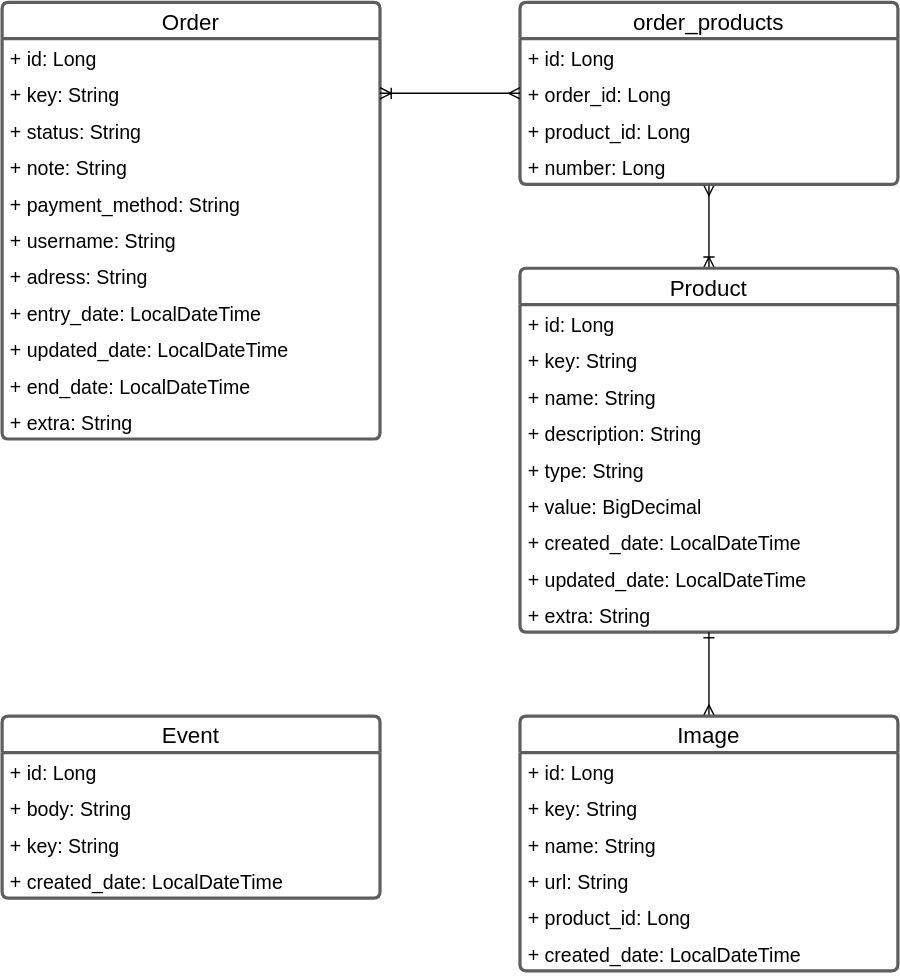
Above: .github/schema.svg in thalesmacena/delivery-service (draw.io), before the change. Source tidied: cells renumbered, new cells last; positions are measured from the earlier drawing's top-left corner, leaving out a move shared by most shapes. Source of this version:
```xml
<mxGraphModel>
  <root>
    <mxCell id="0" />
    <mxCell id="1" parent="0" />
    <mxCell id="2" value="Order" style="swimlane;fontStyle=0;horizontal=1;startSize=26;fillColor=default;swimlaneFillColor=#FFFFFF;strokeWidth=2.3;strokeColor=#5e5e5e;rounded=1;arcSize=6;fontSize=16;" parent="1" vertex="1">
      <mxGeometry width="270" height="312" as="geometry" />
    </mxCell>
    <mxCell id="3" value="+ id: Long" style="text;strokeColor=none;fillColor=none;align=left;verticalAlign=top;spacingLeft=4;spacingRight=4;overflow=hidden;fontSize=14;" parent="2" vertex="1">
      <mxGeometry y="26" width="270" height="26" as="geometry" />
    </mxCell>
    <mxCell id="4" value="+ key: String" style="text;strokeColor=none;fillColor=none;align=left;verticalAlign=top;spacingLeft=4;spacingRight=4;overflow=hidden;points=[[0,0.5],[1,0.5]];portConstraint=eastwest;rounded=0;fontSize=14;" parent="2" vertex="1">
      <mxGeometry y="52" width="270" height="26" as="geometry" />
    </mxCell>
    <mxCell id="5" value="+ status: String" style="text;strokeColor=none;fillColor=none;align=left;verticalAlign=top;spacingLeft=4;spacingRight=4;overflow=hidden;fontSize=14;" parent="2" vertex="1">
      <mxGeometry y="78" width="270" height="26" as="geometry" />
    </mxCell>
    <mxCell id="6" value="+ note: String" style="text;strokeColor=none;fillColor=none;align=left;verticalAlign=top;spacingLeft=4;spacingRight=4;overflow=hidden;fontSize=14;" parent="2" vertex="1">
      <mxGeometry y="104" width="270" height="26" as="geometry" />
    </mxCell>
    <mxCell id="7" value="+ payment_method: String" style="text;strokeColor=none;fillColor=none;align=left;verticalAlign=top;spacingLeft=4;spacingRight=4;overflow=hidden;fontSize=14;" parent="2" vertex="1">
      <mxGeometry y="130" width="270" height="26" as="geometry" />
    </mxCell>
    <mxCell id="8" value="+ username: String" style="text;strokeColor=none;fillColor=none;align=left;verticalAlign=top;spacingLeft=4;spacingRight=4;overflow=hidden;fontSize=14;" parent="2" vertex="1">
      <mxGeometry y="156" width="270" height="26" as="geometry" />
    </mxCell>
    <mxCell id="9" value="+ adress: String" style="text;strokeColor=none;fillColor=none;align=left;verticalAlign=top;spacingLeft=4;spacingRight=4;overflow=hidden;fontSize=14;" parent="2" vertex="1">
      <mxGeometry y="182" width="270" height="26" as="geometry" />
    </mxCell>
    <mxCell id="10" value="+ entry_date: LocalDateTime" style="text;strokeColor=none;fillColor=none;align=left;verticalAlign=top;spacingLeft=4;spacingRight=4;overflow=hidden;fontSize=14;" parent="2" vertex="1">
      <mxGeometry y="208" width="270" height="26" as="geometry" />
    </mxCell>
    <mxCell id="11" value="+ updated_date: LocalDateTime" style="text;strokeColor=none;fillColor=none;align=left;verticalAlign=top;spacingLeft=4;spacingRight=4;overflow=hidden;fontSize=14;" parent="2" vertex="1">
      <mxGeometry y="234" width="270" height="26" as="geometry" />
    </mxCell>
    <mxCell id="12" value="+ end_date: LocalDateTime" style="text;strokeColor=none;fillColor=none;align=left;verticalAlign=top;spacingLeft=4;spacingRight=4;overflow=hidden;fontSize=14;" parent="2" vertex="1">
      <mxGeometry y="260" width="270" height="26" as="geometry" />
    </mxCell>
    <mxCell id="13" value="+ extra: String" style="text;strokeColor=none;fillColor=none;align=left;verticalAlign=top;spacingLeft=4;spacingRight=4;overflow=hidden;fontSize=14;" parent="2" vertex="1">
      <mxGeometry y="286" width="270" height="26" as="geometry" />
    </mxCell>
    <mxCell id="14" style="edgeStyle=orthogonalEdgeStyle;rounded=0;jettySize=auto;html=1;entryX=0.5;entryY=0;entryDx=0;entryDy=0;fontSize=14;startArrow=ERmany;startFill=0;endArrow=ERoneToMany;endFill=0;" parent="1" edge="1" source="15" target="21">
      <mxGeometry relative="1" as="geometry" />
    </mxCell>
    <mxCell id="15" value="order_products" style="swimlane;fontStyle=0;horizontal=1;startSize=26;fillColor=default;swimlaneFillColor=#FFFFFF;strokeWidth=2.3;strokeColor=#5e5e5e;rounded=1;arcSize=6;fontSize=16;" parent="1" vertex="1">
      <mxGeometry x="370" width="270" height="130" as="geometry" />
    </mxCell>
    <mxCell id="16" value="+ id: Long" style="text;strokeColor=none;fillColor=none;align=left;verticalAlign=top;spacingLeft=4;spacingRight=4;overflow=hidden;fontSize=14;" parent="15" vertex="1">
      <mxGeometry y="26" width="270" height="26" as="geometry" />
    </mxCell>
    <mxCell id="17" value="+ order_id: Long" style="text;strokeColor=none;fillColor=none;align=left;verticalAlign=top;spacingLeft=4;spacingRight=4;overflow=hidden;points=[[0,0.5],[1,0.5]];portConstraint=eastwest;fontSize=14;" parent="15" vertex="1">
      <mxGeometry y="52" width="270" height="26" as="geometry" />
    </mxCell>
    <mxCell id="18" value="+ product_id: Long" style="text;strokeColor=none;fillColor=none;align=left;verticalAlign=top;spacingLeft=4;spacingRight=4;overflow=hidden;rounded=0;fontSize=14;" parent="15" vertex="1">
      <mxGeometry y="78" width="270" height="26" as="geometry" />
    </mxCell>
    <mxCell id="19" value="+ number: Long" style="text;strokeColor=none;fillColor=none;align=left;verticalAlign=top;spacingLeft=4;spacingRight=4;overflow=hidden;fontSize=14;" parent="15" vertex="1">
      <mxGeometry y="104" width="270" height="26" as="geometry" />
    </mxCell>
    <mxCell id="20" style="edgeStyle=orthogonalEdgeStyle;rounded=0;jettySize=auto;html=1;exitX=1;exitY=0.5;exitDx=0;exitDy=0;entryX=0;entryY=0.5;entryDx=0;entryDy=0;fontSize=14;startArrow=ERoneToMany;startFill=0;endArrow=ERmany;endFill=0;" parent="1" edge="1" source="4" target="17">
      <mxGeometry relative="1" as="geometry" />
    </mxCell>
    <mxCell id="21" value="Product" style="swimlane;fontStyle=0;horizontal=1;startSize=26;fillColor=default;swimlaneFillColor=#FFFFFF;strokeWidth=2.3;strokeColor=#5e5e5e;rounded=1;arcSize=6;fontSize=16;" parent="1" vertex="1">
      <mxGeometry x="370" y="190" width="270" height="260" as="geometry" />
    </mxCell>
    <mxCell id="22" value="+ id: Long" style="text;strokeColor=none;fillColor=none;align=left;verticalAlign=top;spacingLeft=4;spacingRight=4;overflow=hidden;fontSize=14;" parent="21" vertex="1">
      <mxGeometry y="26" width="270" height="26" as="geometry" />
    </mxCell>
    <mxCell id="23" value="+ key: String" style="text;strokeColor=none;fillColor=none;align=left;verticalAlign=top;spacingLeft=4;spacingRight=4;overflow=hidden;fontSize=14;" parent="21" vertex="1">
      <mxGeometry y="52" width="270" height="26" as="geometry" />
    </mxCell>
    <mxCell id="24" value="+ name: String" style="text;strokeColor=none;fillColor=none;align=left;verticalAlign=top;spacingLeft=4;spacingRight=4;overflow=hidden;fontSize=14;" parent="21" vertex="1">
      <mxGeometry y="78" width="270" height="26" as="geometry" />
    </mxCell>
    <mxCell id="25" value="+ description: String" style="text;strokeColor=none;fillColor=none;align=left;verticalAlign=top;spacingLeft=4;spacingRight=4;overflow=hidden;rounded=0;fontSize=14;" parent="21" vertex="1">
      <mxGeometry y="104" width="270" height="26" as="geometry" />
    </mxCell>
    <mxCell id="26" value="+ type: String" style="text;strokeColor=none;fillColor=none;align=left;verticalAlign=top;spacingLeft=4;spacingRight=4;overflow=hidden;fontSize=14;" parent="21" vertex="1">
      <mxGeometry y="130" width="270" height="26" as="geometry" />
    </mxCell>
    <mxCell id="27" value="+ value: BigDecimal" style="text;strokeColor=none;fillColor=none;align=left;verticalAlign=top;spacingLeft=4;spacingRight=4;overflow=hidden;rounded=0;fontSize=14;" parent="21" vertex="1">
      <mxGeometry y="156" width="270" height="26" as="geometry" />
    </mxCell>
    <mxCell id="28" value="+ created_date: LocalDateTime" style="text;strokeColor=none;fillColor=none;align=left;verticalAlign=top;spacingLeft=4;spacingRight=4;overflow=hidden;fontSize=14;" parent="21" vertex="1">
      <mxGeometry y="182" width="270" height="26" as="geometry" />
    </mxCell>
    <mxCell id="29" value="+ updated_date: LocalDateTime" style="text;strokeColor=none;fillColor=none;align=left;verticalAlign=top;spacingLeft=4;spacingRight=4;overflow=hidden;fontSize=14;" parent="21" vertex="1">
      <mxGeometry y="208" width="270" height="26" as="geometry" />
    </mxCell>
    <mxCell id="30" value="+ extra: String" style="text;strokeColor=none;fillColor=none;align=left;verticalAlign=top;spacingLeft=4;spacingRight=4;overflow=hidden;fontSize=14;" parent="21" vertex="1">
      <mxGeometry y="234" width="270" height="26" as="geometry" />
    </mxCell>
    <mxCell id="31" style="edgeStyle=orthogonalEdgeStyle;rounded=0;jettySize=auto;html=1;entryX=0.5;entryY=0;entryDx=0;entryDy=0;fontSize=14;startArrow=ERone;startFill=0;endArrow=ERmany;endFill=0;" parent="1" edge="1" source="21" target="32">
      <mxGeometry relative="1" as="geometry" />
    </mxCell>
    <mxCell id="32" value="Image" style="swimlane;fontStyle=0;horizontal=1;startSize=26;fillColor=default;swimlaneFillColor=#FFFFFF;strokeWidth=2.3;strokeColor=#5e5e5e;rounded=1;arcSize=6;fontSize=16;" parent="1" vertex="1">
      <mxGeometry x="370" y="510" width="270" height="182" as="geometry" />
    </mxCell>
    <mxCell id="33" value="+ id: Long" style="text;strokeColor=none;fillColor=none;align=left;verticalAlign=top;spacingLeft=4;spacingRight=4;overflow=hidden;fontSize=14;" parent="32" vertex="1">
      <mxGeometry y="26" width="270" height="26" as="geometry" />
    </mxCell>
    <mxCell id="34" value="+ key: String" style="text;strokeColor=none;fillColor=none;align=left;verticalAlign=top;spacingLeft=4;spacingRight=4;overflow=hidden;fontSize=14;" parent="32" vertex="1">
      <mxGeometry y="52" width="270" height="26" as="geometry" />
    </mxCell>
    <mxCell id="35" value="+ name: String" style="text;strokeColor=none;fillColor=none;align=left;verticalAlign=top;spacingLeft=4;spacingRight=4;overflow=hidden;rounded=0;fontSize=14;" parent="32" vertex="1">
      <mxGeometry y="78" width="270" height="26" as="geometry" />
    </mxCell>
    <mxCell id="36" value="+ url: String" style="text;strokeColor=none;fillColor=none;align=left;verticalAlign=top;spacingLeft=4;spacingRight=4;overflow=hidden;fontSize=14;" parent="32" vertex="1">
      <mxGeometry y="104" width="270" height="26" as="geometry" />
    </mxCell>
    <mxCell id="37" value="+ product_id: Long" style="text;strokeColor=none;fillColor=none;align=left;verticalAlign=top;spacingLeft=4;spacingRight=4;overflow=hidden;fontSize=14;" parent="32" vertex="1">
      <mxGeometry y="130" width="270" height="26" as="geometry" />
    </mxCell>
    <mxCell id="38" value="+ created_date: LocalDateTime" style="text;strokeColor=none;fillColor=none;align=left;verticalAlign=top;spacingLeft=4;spacingRight=4;overflow=hidden;fontSize=14;" parent="32" vertex="1">
      <mxGeometry y="156" width="270" height="26" as="geometry" />
    </mxCell>
    <mxCell id="39" value="Event" style="swimlane;fontStyle=0;horizontal=1;startSize=26;fillColor=default;swimlaneFillColor=#FFFFFF;strokeWidth=2.3;strokeColor=#5e5e5e;rounded=1;arcSize=6;fontSize=16;" parent="1" vertex="1">
      <mxGeometry y="510" width="270" height="130" as="geometry" />
    </mxCell>
    <mxCell id="40" value="+ id: Long" style="text;strokeColor=none;fillColor=none;align=left;verticalAlign=top;spacingLeft=4;spacingRight=4;overflow=hidden;fontSize=14;" parent="39" vertex="1">
      <mxGeometry y="26" width="270" height="26" as="geometry" />
    </mxCell>
    <mxCell id="41" value="+ body: String" style="text;strokeColor=none;fillColor=none;align=left;verticalAlign=top;spacingLeft=4;spacingRight=4;overflow=hidden;fontSize=14;" parent="39" vertex="1">
      <mxGeometry y="52" width="270" height="26" as="geometry" />
    </mxCell>
    <mxCell id="42" value="+ key: String" style="text;strokeColor=none;fillColor=none;align=left;verticalAlign=top;spacingLeft=4;spacingRight=4;overflow=hidden;rounded=0;fontSize=14;" parent="39" vertex="1">
      <mxGeometry y="78" width="270" height="26" as="geometry" />
    </mxCell>
    <mxCell id="43" value="+ created_date: LocalDateTime" style="text;strokeColor=none;fillColor=none;align=left;verticalAlign=top;spacingLeft=4;spacingRight=4;overflow=hidden;fontSize=14;" parent="39" vertex="1">
      <mxGeometry y="104" width="270" height="26" as="geometry" />
    </mxCell>
  </root>
</mxGraphModel>
```
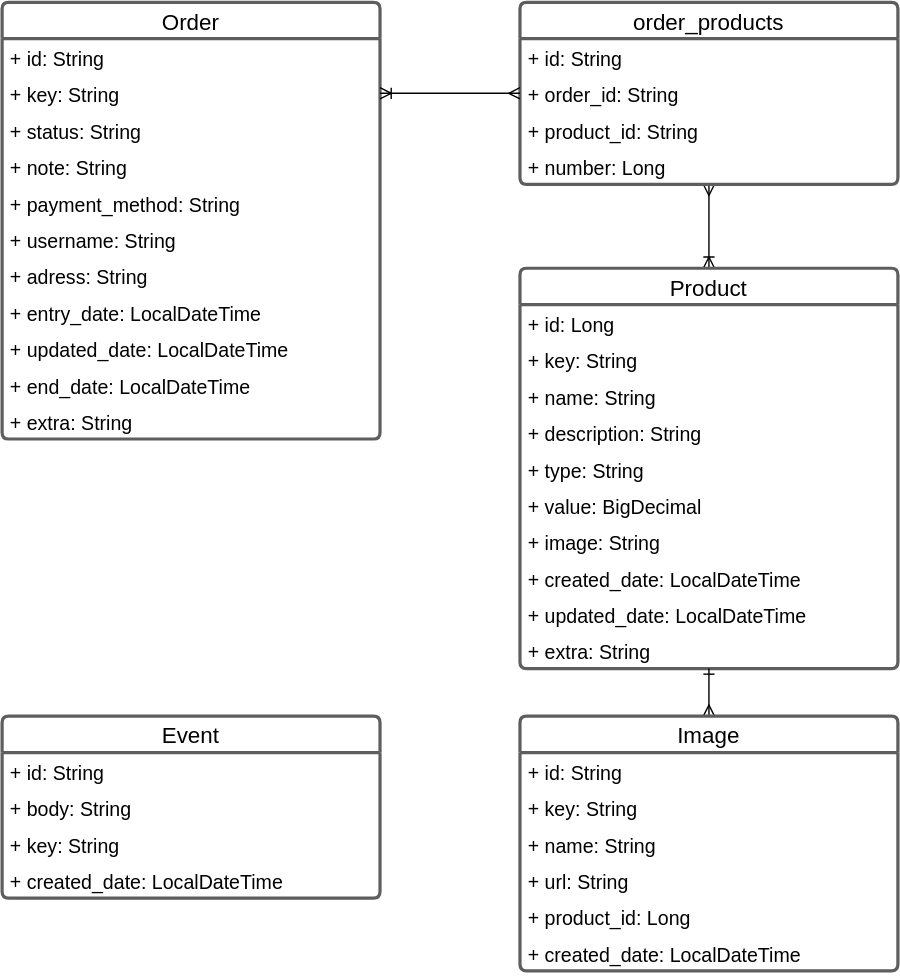
The same file after the commit.

What changed in the source:
```diff
@@ -5,7 +5,7 @@
     <mxCell id="2" value="Order" style="swimlane;fontStyle=0;horizontal=1;startSize=26;fillColor=default;swimlaneFillColor=#FFFFFF;strokeWidth=2.3;strokeColor=#5e5e5e;rounded=1;arcSize=6;fontSize=16;" parent="1" vertex="1">
       <mxGeometry width="270" height="312" as="geometry" />
     </mxCell>
-    <mxCell id="3" value="+ id: Long" style="text;strokeColor=none;fillColor=none;align=left;verticalAlign=top;spacingLeft=4;spacingRight=4;overflow=hidden;fontSize=14;" parent="2" vertex="1">
+    <mxCell id="3" value="+ id: String" style="text;strokeColor=none;fillColor=none;align=left;verticalAlign=top;spacingLeft=4;spacingRight=4;overflow=hidden;fontSize=14;" parent="2" vertex="1">
       <mxGeometry y="26" width="270" height="26" as="geometry" />
     </mxCell>
     <mxCell id="4" value="+ key: String" style="text;strokeColor=none;fillColor=none;align=left;verticalAlign=top;spacingLeft=4;spacingRight=4;overflow=hidden;points=[[0,0.5],[1,0.5]];portConstraint=eastwest;rounded=0;fontSize=14;" parent="2" vertex="1">
@@ -44,13 +44,13 @@
     <mxCell id="15" value="order_products" style="swimlane;fontStyle=0;horizontal=1;startSize=26;fillColor=default;swimlaneFillColor=#FFFFFF;strokeWidth=2.3;strokeColor=#5e5e5e;rounded=1;arcSize=6;fontSize=16;" parent="1" vertex="1">
       <mxGeometry x="370" width="270" height="130" as="geometry" />
     </mxCell>
-    <mxCell id="16" value="+ id: Long" style="text;strokeColor=none;fillColor=none;align=left;verticalAlign=top;spacingLeft=4;spacingRight=4;overflow=hidden;fontSize=14;" parent="15" vertex="1">
+    <mxCell id="16" value="+ id: String" style="text;strokeColor=none;fillColor=none;align=left;verticalAlign=top;spacingLeft=4;spacingRight=4;overflow=hidden;fontSize=14;" parent="15" vertex="1">
       <mxGeometry y="26" width="270" height="26" as="geometry" />
     </mxCell>
-    <mxCell id="17" value="+ order_id: Long" style="text;strokeColor=none;fillColor=none;align=left;verticalAlign=top;spacingLeft=4;spacingRight=4;overflow=hidden;points=[[0,0.5],[1,0.5]];portConstraint=eastwest;fontSize=14;" parent="15" vertex="1">
+    <mxCell id="17" value="+ order_id: String" style="text;strokeColor=none;fillColor=none;align=left;verticalAlign=top;spacingLeft=4;spacingRight=4;overflow=hidden;points=[[0,0.5],[1,0.5]];portConstraint=eastwest;fontSize=14;" parent="15" vertex="1">
       <mxGeometry y="52" width="270" height="26" as="geometry" />
     </mxCell>
-    <mxCell id="18" value="+ product_id: Long" style="text;strokeColor=none;fillColor=none;align=left;verticalAlign=top;spacingLeft=4;spacingRight=4;overflow=hidden;rounded=0;fontSize=14;" parent="15" vertex="1">
+    <mxCell id="18" value="+ product_id: String" style="text;strokeColor=none;fillColor=none;align=left;verticalAlign=top;spacingLeft=4;spacingRight=4;overflow=hidden;rounded=0;fontSize=14;" parent="15" vertex="1">
       <mxGeometry y="78" width="270" height="26" as="geometry" />
     </mxCell>
     <mxCell id="19" value="+ number: Long" style="text;strokeColor=none;fillColor=none;align=left;verticalAlign=top;spacingLeft=4;spacingRight=4;overflow=hidden;fontSize=14;" parent="15" vertex="1">
@@ -60,7 +60,7 @@
       <mxGeometry relative="1" as="geometry" />
     </mxCell>
     <mxCell id="21" value="Product" style="swimlane;fontStyle=0;horizontal=1;startSize=26;fillColor=default;swimlaneFillColor=#FFFFFF;strokeWidth=2.3;strokeColor=#5e5e5e;rounded=1;arcSize=6;fontSize=16;" parent="1" vertex="1">
-      <mxGeometry x="370" y="190" width="270" height="260" as="geometry" />
+      <mxGeometry x="370" y="190" width="270" height="286" as="geometry" />
     </mxCell>
     <mxCell id="22" value="+ id: Long" style="text;strokeColor=none;fillColor=none;align=left;verticalAlign=top;spacingLeft=4;spacingRight=4;overflow=hidden;fontSize=14;" parent="21" vertex="1">
       <mxGeometry y="26" width="270" height="26" as="geometry" />
@@ -80,14 +80,17 @@
     <mxCell id="27" value="+ value: BigDecimal" style="text;strokeColor=none;fillColor=none;align=left;verticalAlign=top;spacingLeft=4;spacingRight=4;overflow=hidden;rounded=0;fontSize=14;" parent="21" vertex="1">
       <mxGeometry y="156" width="270" height="26" as="geometry" />
     </mxCell>
+    <mxCell id="44" value="+ image: String" style="text;strokeColor=none;fillColor=none;align=left;verticalAlign=top;spacingLeft=4;spacingRight=4;overflow=hidden;fontSize=14;" parent="21" vertex="1">
+      <mxGeometry y="182" width="270" height="26" as="geometry" />
+    </mxCell>
     <mxCell id="28" value="+ created_date: LocalDateTime" style="text;strokeColor=none;fillColor=none;align=left;verticalAlign=top;spacingLeft=4;spacingRight=4;overflow=hidden;fontSize=14;" parent="21" vertex="1">
-      <mxGeometry y="182" width="270" height="26" as="geometry" />
+      <mxGeometry y="208" width="270" height="26" as="geometry" />
     </mxCell>
     <mxCell id="29" value="+ updated_date: LocalDateTime" style="text;strokeColor=none;fillColor=none;align=left;verticalAlign=top;spacingLeft=4;spacingRight=4;overflow=hidden;fontSize=14;" parent="21" vertex="1">
-      <mxGeometry y="208" width="270" height="26" as="geometry" />
+      <mxGeometry y="234" width="270" height="26" as="geometry" />
     </mxCell>
     <mxCell id="30" value="+ extra: String" style="text;strokeColor=none;fillColor=none;align=left;verticalAlign=top;spacingLeft=4;spacingRight=4;overflow=hidden;fontSize=14;" parent="21" vertex="1">
-      <mxGeometry y="234" width="270" height="26" as="geometry" />
+      <mxGeometry y="260" width="270" height="26" as="geometry" />
     </mxCell>
     <mxCell id="31" style="edgeStyle=orthogonalEdgeStyle;rounded=0;jettySize=auto;html=1;entryX=0.5;entryY=0;entryDx=0;entryDy=0;fontSize=14;startArrow=ERone;startFill=0;endArrow=ERmany;endFill=0;" parent="1" edge="1" source="21" target="32">
       <mxGeometry relative="1" as="geometry" />
@@ -95,7 +98,7 @@
     <mxCell id="32" value="Image" style="swimlane;fontStyle=0;horizontal=1;startSize=26;fillColor=default;swimlaneFillColor=#FFFFFF;strokeWidth=2.3;strokeColor=#5e5e5e;rounded=1;arcSize=6;fontSize=16;" parent="1" vertex="1">
       <mxGeometry x="370" y="510" width="270" height="182" as="geometry" />
     </mxCell>
-    <mxCell id="33" value="+ id: Long" style="text;strokeColor=none;fillColor=none;align=left;verticalAlign=top;spacingLeft=4;spacingRight=4;overflow=hidden;fontSize=14;" parent="32" vertex="1">
+    <mxCell id="33" value="+ id: String" style="text;strokeColor=none;fillColor=none;align=left;verticalAlign=top;spacingLeft=4;spacingRight=4;overflow=hidden;fontSize=14;" parent="32" vertex="1">
       <mxGeometry y="26" width="270" height="26" as="geometry" />
     </mxCell>
     <mxCell id="34" value="+ key: String" style="text;strokeColor=none;fillColor=none;align=left;verticalAlign=top;spacingLeft=4;spacingRight=4;overflow=hidden;fontSize=14;" parent="32" vertex="1">
@@ -116,7 +119,7 @@
     <mxCell id="39" value="Event" style="swimlane;fontStyle=0;horizontal=1;startSize=26;fillColor=default;swimlaneFillColor=#FFFFFF;strokeWidth=2.3;strokeColor=#5e5e5e;rounded=1;arcSize=6;fontSize=16;" parent="1" vertex="1">
       <mxGeometry y="510" width="270" height="130" as="geometry" />
     </mxCell>
-    <mxCell id="40" value="+ id: Long" style="text;strokeColor=none;fillColor=none;align=left;verticalAlign=top;spacingLeft=4;spacingRight=4;overflow=hidden;fontSize=14;" parent="39" vertex="1">
+    <mxCell id="40" value="+ id: String" style="text;strokeColor=none;fillColor=none;align=left;verticalAlign=top;spacingLeft=4;spacingRight=4;overflow=hidden;fontSize=14;" parent="39" vertex="1">
       <mxGeometry y="26" width="270" height="26" as="geometry" />
     </mxCell>
     <mxCell id="41" value="+ body: String" style="text;strokeColor=none;fillColor=none;align=left;verticalAlign=top;spacingLeft=4;spacingRight=4;overflow=hidden;fontSize=14;" parent="39" vertex="1">
```
